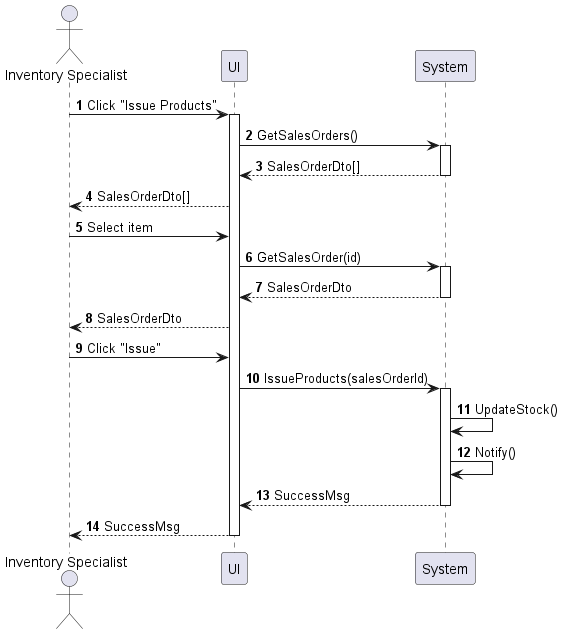
This is sequences/inventory-product-issue.png from phihungha/scmss-reqs, a PlantUML export, as it was before one commit.
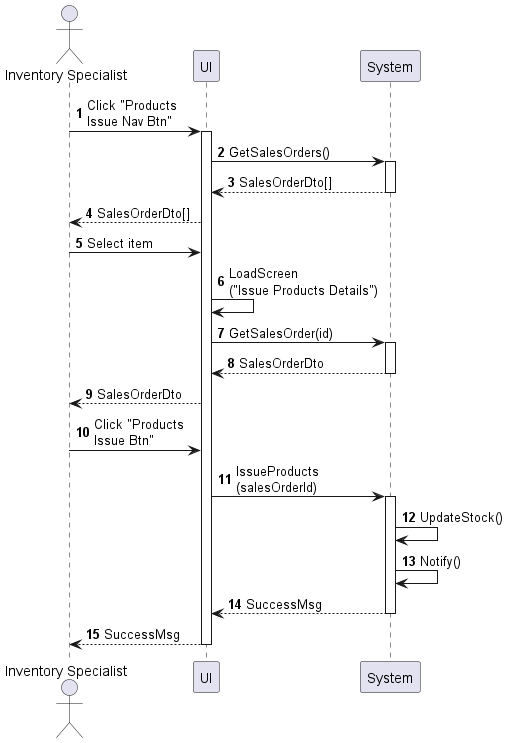
Later version of the same file.

What changed in the source:
```diff
@@ -5,19 +5,20 @@
 participant UI as f
 participant System as b
 
-a -> f : Click "Issue Products"
+a -> f : Click "Products\nIssue Nav Btn"
 activate f
 f -> b : GetSalesOrders()
 activate b
 return SalesOrderDto[]
 f --> a : SalesOrderDto[]
 a -> f : Select item
+f -> f : LoadScreen\n("Issue Products Details")
 f -> b : GetSalesOrder(id)
 activate b
 return SalesOrderDto
 f --> a : SalesOrderDto
-a -> f : Click "Issue"
-f -> b : IssueProducts(salesOrderId)
+a -> f : Click "Products\nIssue Btn"
+f -> b : IssueProducts\n(salesOrderId)
 activate b
 b -> b : UpdateStock()
 b -> b : Notify()
```
